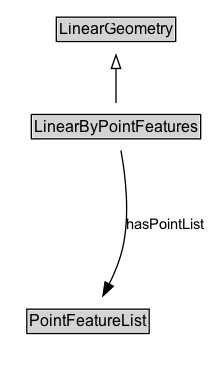
The Graphviz diagram docs/diagrams/LinearByPointFeatures.dot.png in ISO-TC204/ontology-its-location-v1, before a commit. Its source is kept beside it as docs/diagrams/LinearByPointFeatures.dot. Source of this version:
```dot
digraph {
	graph [overlap=false rankdir=TB splines=true]
	node [fontname=Arial fontsize=12 margin=0 shape=none]
	edge [fontname=Arial fontsize=11]
	{
		rank=source
		LinearGeometry [label=<<TABLE BORDER="1" CELLBORDER="0" CELLSPACING="0" CELLPADDING="1"><TR><TD BGCOLOR="lightgray" ALIGN="CENTER">LinearGeometry</TD></TR></TABLE>> URL="../LinearGeometry" margin=0]
	}
	LinearByPointFeatures [label=<<TABLE BORDER="1" CELLBORDER="0" CELLSPACING="0" CELLPADDING="1"><TR><TD BGCOLOR="lightgray" ALIGN="CENTER">LinearByPointFeatures</TD></TR></TABLE>> URL="../LinearByPointFeatures" margin=0]
	{
		rank=max
	}
	subgraph cluster_associated {
		label="" style=invis
		Invis [label=<<TABLE BORDER="0" CELLBORDER="0" CELLSPACING="0" CELLPADDING="1"><TR><TD></TD></TR></TABLE>> margin=0 style=invis]
		PointFeatureList [label=<<TABLE BORDER="1" CELLBORDER="0" CELLSPACING="0" CELLPADDING="1"><TR><TD BGCOLOR="lightgray" ALIGN="CENTER">PointFeatureList</TD></TR></TABLE>> URL="../PointFeatureList" margin=0]
	}
	LinearByPointFeatures -> LinearGeometry [arrowhead=onormal style=solid]
	LinearByPointFeatures -> Invis [style=invis]
	Invis -> PointFeatureList [style=invis]
	PointFeatureList [label=<<TABLE BORDER="1" CELLBORDER="0" CELLSPACING="0" CELLPADDING="1"><TR><TD BGCOLOR="lightgray" ALIGN="CENTER">PointFeatureList</TD></TR></TABLE>> URL="../PointFeatureList" margin=0]
	LinearByPointFeatures -> PointFeatureList [label=hasPointList arrowhead=normal style=solid]
}
```
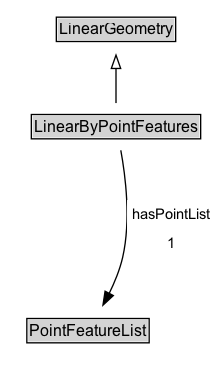
After the commit.

What changed in the source:
```diff
@@ -19,5 +19,5 @@
 	LinearByPointFeatures -> Invis [style=invis]
 	Invis -> PointFeatureList [style=invis]
 	PointFeatureList [label=<<TABLE BORDER="1" CELLBORDER="0" CELLSPACING="0" CELLPADDING="1"><TR><TD BGCOLOR="lightgray" ALIGN="CENTER">PointFeatureList</TD></TR></TABLE>> URL="../PointFeatureList" margin=0]
-	LinearByPointFeatures -> PointFeatureList [label=hasPointList arrowhead=normal style=solid]
+	LinearByPointFeatures -> PointFeatureList [label=<<TABLE BORDER="0" CELLBORDER="0" CELLSPACING="0" CELLPADDING="4" BGCOLOR="white"><TR><TD ALIGN="CENTER">hasPointList</TD></TR><TR><TD ALIGN="CENTER">1</TD></TR></TABLE>> arrowhead=normal style=solid]
 }
```
